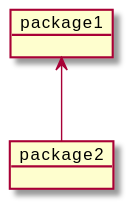
Above: assignment-1/exercise1/pacman-project-structure.svg in soco21/soco21 (PlantUML), before the change. The source it was exported from:
```plantuml
@startuml
object package1
object package2

package1 <-- package2
@enduml
```
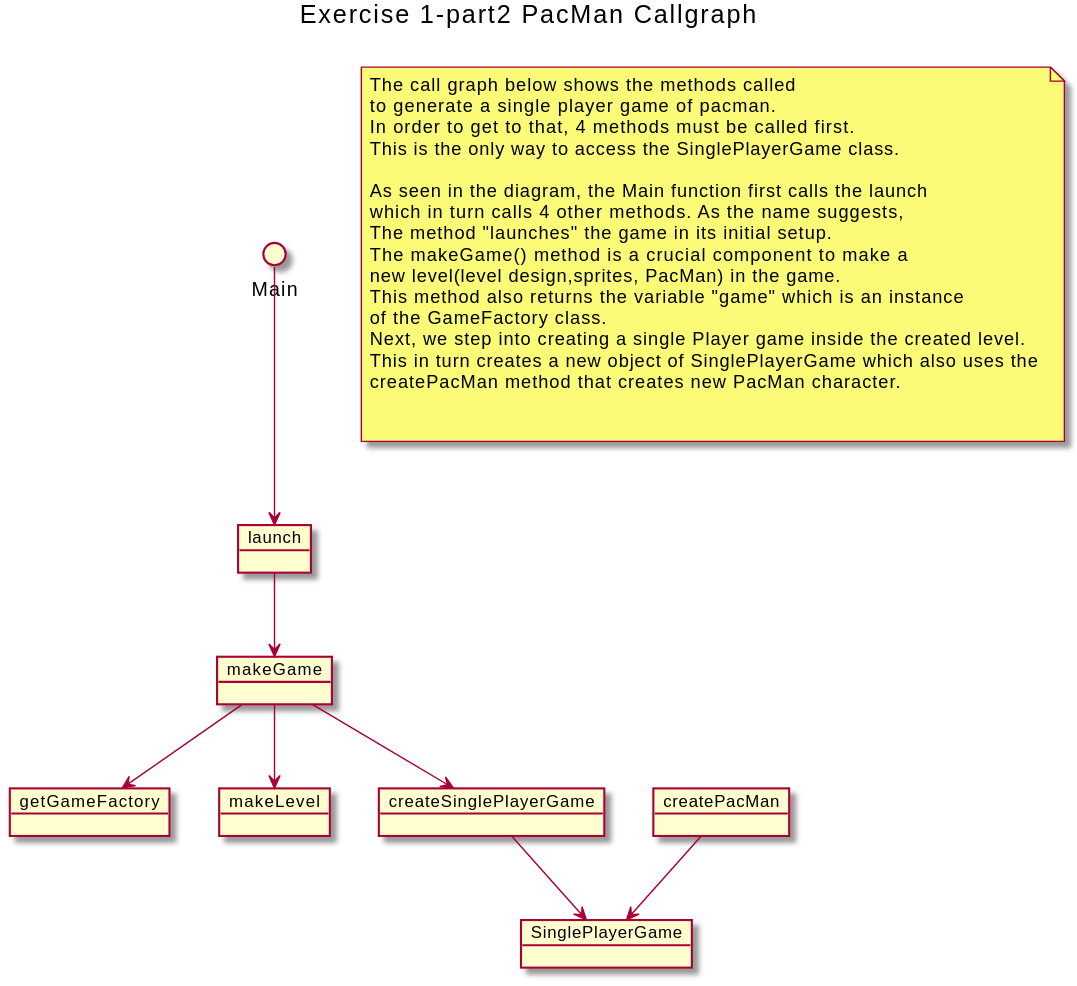
The same diagram one commit later.

Change to the diagram source:
```diff
@@ -1,6 +1,41 @@
 @startuml
-object package1
-object package2
+title Exercise 1-part2 PacMan Callgraph\n
 
-package1 <-- package2
+circle Main
+object launch
+object makeGame
+object getGameFactory
+object makeLevel
+object createSinglePlayerGame
+object SinglePlayerGame
+object createPacMan
+
+
+Main -->launch
+launch -->makeGame
+makeGame-->getGameFactory
+makeGame-->createSinglePlayerGame
+makeGame-->makeLevel
+createSinglePlayerGame-->SinglePlayerGame
+createPacMan-->SinglePlayerGame
+
+note as N1
+  The call graph below shows the methods called
+  to generate a single player game of pacman.
+  In order to get to that, 4 methods must be called first.
+  This is the only way to access the SinglePlayerGame class.
+
+  As seen in the diagram, the Main function first calls the launch
+  which in turn calls 4 other methods. As the name suggests,
+  The method "launches" the game in its initial setup.
+  The makeGame() method is a crucial component to make a
+  new level(level design,sprites, PacMan) in the game.
+  This method also returns the variable "game" which is an instance
+  of the GameFactory class.
+  Next, we step into creating a single Player game inside the created level.
+  This in turn creates a new object of SinglePlayerGame which also uses the
+  createPacMan method that creates new PacMan character.
+
+
+end note
 @enduml
```
